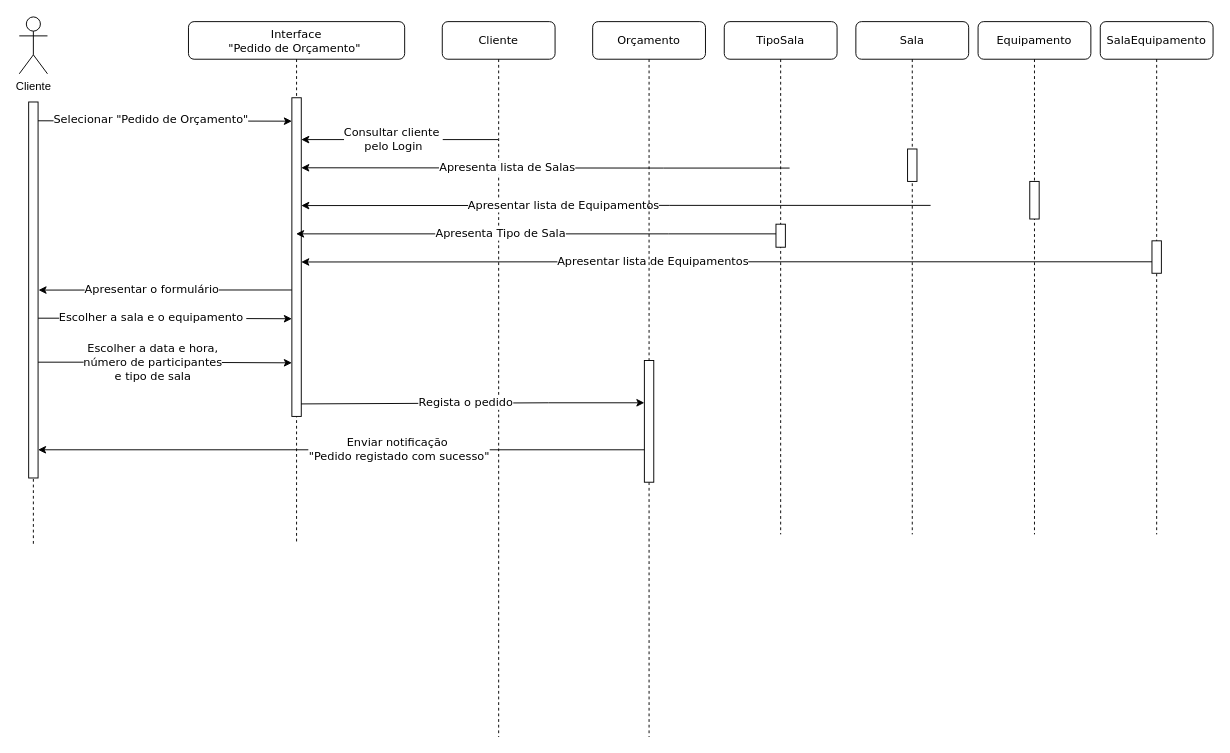
Earlier version of the draw.io diagram page "Diagrama de Sequência 3" (3 of 3) of UMLDiagram.drawio (ic3K1ng/Rooms-Equipments). Source tidied: cells renumbered, new cells numbered last; positions are measured from the earlier drawing's top-left corner, leaving out a move shared by most shapes. Both pictures are drawn from the tidied source at 94%, with x=0, y=0 at pixel (19, 17).
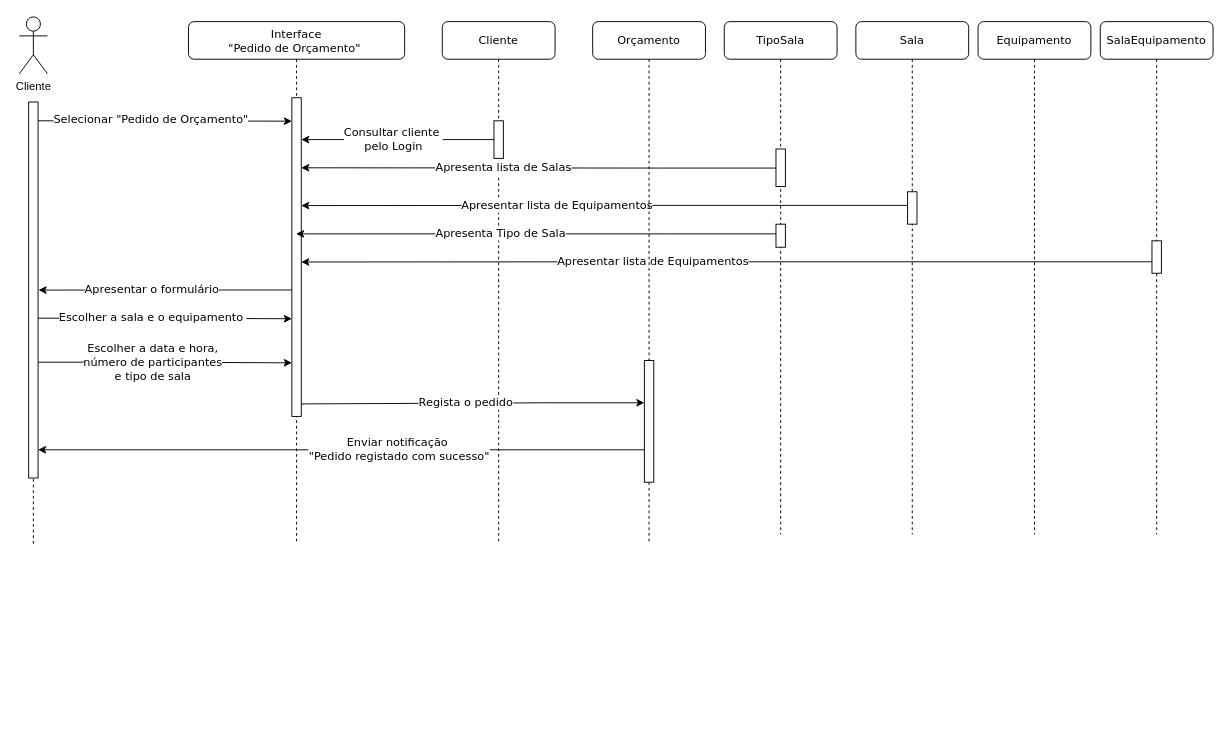
The same diagram, later.

The change refers to these unchanged cells:
```xml
<mxCell id="28" value="Equipamento" style="shape=umlLifeline;perimeter=lifelinePerimeter;whiteSpace=wrap;html=1;rounded=1;shadow=0;comic=0;labelBackgroundColor=none;strokeWidth=1;fontFamily=Verdana;fontSize=12;align=center;" parent="1" vertex="1">
  <mxGeometry x="1020" y="4.5" width="120" height="545.5" as="geometry" />
</mxCell>
<mxCell id="30" value="Sala" style="shape=umlLifeline;perimeter=lifelinePerimeter;whiteSpace=wrap;html=1;outlineConnect=0;rounded=1;shadow=0;comic=0;labelBackgroundColor=none;strokeWidth=1;fontFamily=Verdana;fontSize=12;align=center;" parent="1" vertex="1">
  <mxGeometry x="890" y="4.5" width="120" height="545.5" as="geometry" />
</mxCell>
<mxCell id="39" value="TipoSala" style="shape=umlLifeline;perimeter=lifelinePerimeter;whiteSpace=wrap;html=1;outlineConnect=0;rounded=1;shadow=0;comic=0;labelBackgroundColor=none;strokeWidth=1;fontFamily=Verdana;fontSize=12;align=center;" parent="1" vertex="1">
  <mxGeometry x="750" y="4.5" width="120" height="545.5" as="geometry" />
</mxCell>
```

Change to the diagram source:
```diff
@@
     <mxCell id="2" value="Cliente" style="shape=umlLifeline;perimeter=lifelinePerimeter;whiteSpace=wrap;html=1;outlineConnect=0;rounded=1;shadow=0;comic=0;labelBackgroundColor=none;strokeWidth=1;fontFamily=Verdana;fontSize=12;align=center;" parent="1" vertex="1">
-      <mxGeometry x="450" y="4.5" width="120" height="761" as="geometry" />
+      <mxGeometry x="450" y="4.5" width="120" height="555.5" as="geometry" />
     </mxCell>
@@
+    <mxCell id="41" style="html=1;perimeter=orthogonalPerimeter;rounded=0;shadow=0;comic=0;labelBackgroundColor=none;strokeWidth=1;fontFamily=Verdana;fontSize=12;align=center;" parent="2" vertex="1">
+      <mxGeometry x="55" y="105.5" width="10" height="40" as="geometry" />
+    </mxCell>
@@
-    <mxCell id="20" style="endArrow=none;html=1;rounded=0;labelBackgroundColor=none;fontColor=default;startArrow=classic;startFill=1;endFill=0;" parent="1" edge="1">
+    <mxCell id="20" style="endArrow=none;html=1;rounded=0;labelBackgroundColor=none;fontColor=default;startArrow=classic;startFill=1;endFill=0;" parent="1" edge="1" target="30">
       <mxGeometry relative="1" as="geometry">
         <mxPoint x="300" y="200.2" as="sourcePoint" />
-        <mxPoint x="969.5" y="200" as="targetPoint" />
         <Array as="points">
           <mxPoint x="691.5" y="200" />
         </Array>
       </mxGeometry>
     </mxCell>
@@
     <mxCell id="24" value="Orçamento" style="shape=umlLifeline;perimeter=lifelinePerimeter;whiteSpace=wrap;html=1;rounded=1;shadow=0;comic=0;labelBackgroundColor=none;strokeWidth=1;fontFamily=Verdana;fontSize=12;align=center;" parent="1" vertex="1">
-      <mxGeometry x="610" y="4.5" width="120" height="761" as="geometry" />
+      <mxGeometry x="610" y="4.5" width="120" height="555.5" as="geometry" />
     </mxCell>
@@
-    <mxCell id="26" style="endArrow=none;html=1;rounded=0;labelBackgroundColor=none;fontColor=default;startArrow=classic;startFill=1;endFill=0;" parent="24" edge="1">
+    <mxCell id="26" style="endArrow=none;html=1;rounded=0;labelBackgroundColor=none;fontColor=default;startArrow=classic;startFill=1;endFill=0;" parent="24" edge="1" target="39">
       <mxGeometry relative="1" as="geometry">
         <mxPoint x="-310" y="155.5" as="sourcePoint" />
-        <mxPoint x="209.5" y="155.8" as="targetPoint" />
         <Array as="points">
           <mxPoint x="75.5" y="155.8" />
         </Array>
       </mxGeometry>
     </mxCell>
@@
-    <mxCell id="29" style="html=1;perimeter=orthogonalPerimeter;rounded=0;shadow=0;comic=0;labelBackgroundColor=none;strokeWidth=1;fontFamily=Verdana;fontSize=12;align=center;" parent="28" vertex="1">
-      <mxGeometry x="55" y="170" width="10" height="40" as="geometry" />
-    </mxCell>
@@
     <mxCell id="31" style="html=1;perimeter=orthogonalPerimeter;rounded=0;shadow=0;comic=0;labelBackgroundColor=none;strokeWidth=1;fontFamily=Verdana;fontSize=12;align=center;" parent="30" vertex="1">
-      <mxGeometry x="55" y="135.5" width="10" height="34.5" as="geometry" />
+      <mxGeometry x="55" y="181" width="10" height="34.5" as="geometry" />
     </mxCell>
@@
+    <mxCell id="29" style="html=1;perimeter=orthogonalPerimeter;rounded=0;shadow=0;comic=0;labelBackgroundColor=none;strokeWidth=1;fontFamily=Verdana;fontSize=12;align=center;" parent="39" vertex="1">
+      <mxGeometry x="55" y="135.5" width="10" height="40" as="geometry" />
+    </mxCell>
```
